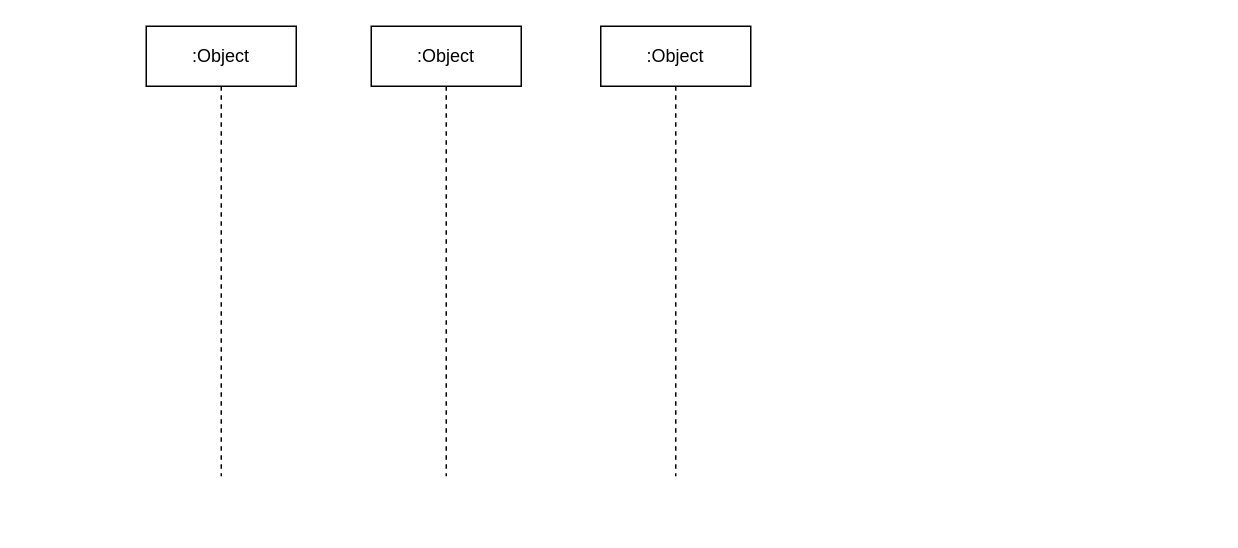
Earlier version of the draw.io diagram page "时序图" (3 of 3) of 频次服务流程设计.drawio (cp0802/xueqqiu). Source tidied: cells renumbered, new cells numbered last; positions are measured from the earlier drawing's top-left corner, leaving out a move shared by most shapes. Both pictures are drawn from the tidied source at 150%, with x=0, y=0 at pixel (146, 26).
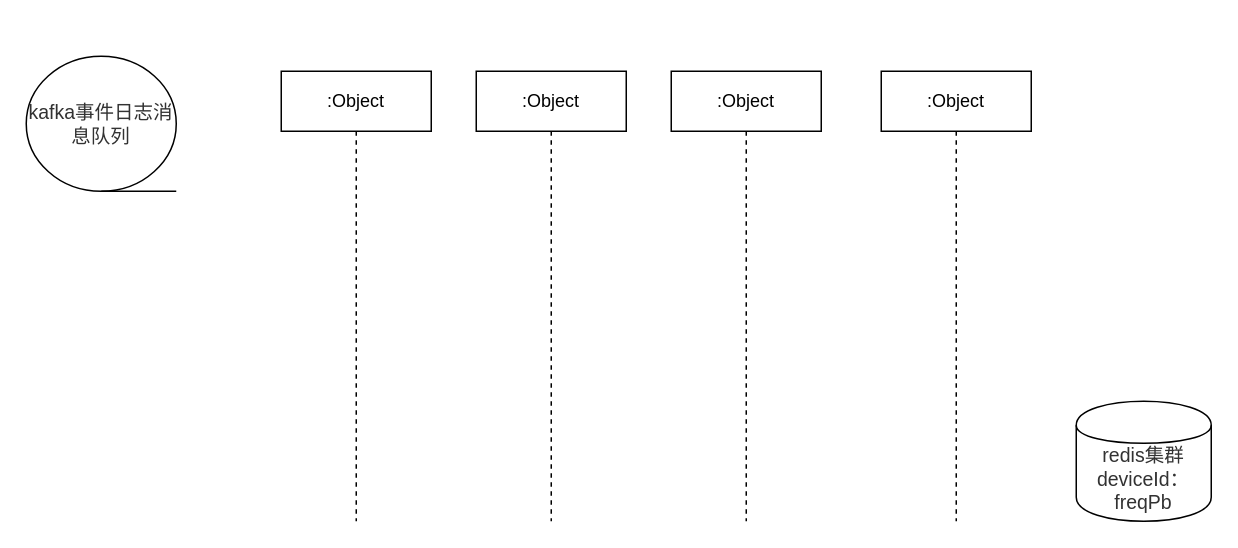
Above is the later version.

The edit, as a diff of the source:
```diff
@@
 <mxGraphModel>
   <root>
     <mxCell id="0" />
     <mxCell id="1" parent="0" />
     <mxCell id="2" value=":Object" style="shape=umlLifeline;perimeter=lifelinePerimeter;whiteSpace=wrap;html=1;" parent="1" vertex="1">
-      <mxGeometry width="100" height="300" as="geometry" />
+      <mxGeometry x="90" y="30" width="100" height="300" as="geometry" />
     </mxCell>
     <mxCell id="3" value=":Object" style="shape=umlLifeline;perimeter=lifelinePerimeter;whiteSpace=wrap;html=1;" parent="1" vertex="1">
-      <mxGeometry x="150" width="100" height="300" as="geometry" />
+      <mxGeometry x="220" y="30" width="100" height="300" as="geometry" />
     </mxCell>
     <mxCell id="4" value=":Object" style="shape=umlLifeline;perimeter=lifelinePerimeter;whiteSpace=wrap;html=1;" parent="1" vertex="1">
-      <mxGeometry x="303" width="100" height="300" as="geometry" />
+      <mxGeometry x="350" y="30" width="100" height="300" as="geometry" />
     </mxCell>
+    <mxCell id="5" value=":Object" style="shape=umlLifeline;perimeter=lifelinePerimeter;whiteSpace=wrap;html=1;" parent="1" vertex="1">
+      <mxGeometry x="490" y="30" width="100" height="300" as="geometry" />
+    </mxCell>
+    <mxCell id="6" value="&lt;span style=&quot;color: rgb(50 , 50 , 50) ; font-size: 13px ; background-color: rgba(255 , 255 , 255 , 0.00784314)&quot;&gt;redis集群&lt;/span&gt;&lt;div style=&quot;resize: none ; outline: 0px ; font-size: 13px ; color: rgb(50 , 50 , 50) ; background-color: rgba(255 , 255 , 255 , 0.00784314)&quot;&gt;deviceId：freqPb&lt;/div&gt;" style="shape=cylinder;whiteSpace=wrap;html=1;boundedLbl=1;backgroundOutline=1;" parent="1" vertex="1">
+      <mxGeometry x="620" y="250" width="90" height="80" as="geometry" />
+    </mxCell>
+    <mxCell id="7" value="&lt;span style=&quot;color: rgb(50 , 50 , 50) ; font-size: 13px ; background-color: rgba(255 , 255 , 255 , 0.00784314)&quot;&gt;kafka事件日志消息队列&lt;/span&gt;" style="shape=tapeData;whiteSpace=wrap;html=1;perimeter=ellipsePerimeter;" parent="1" vertex="1">
+      <mxGeometry x="-80" y="20" width="100" height="90" as="geometry" />
+    </mxCell>
   </root>
 </mxGraphModel>
```
